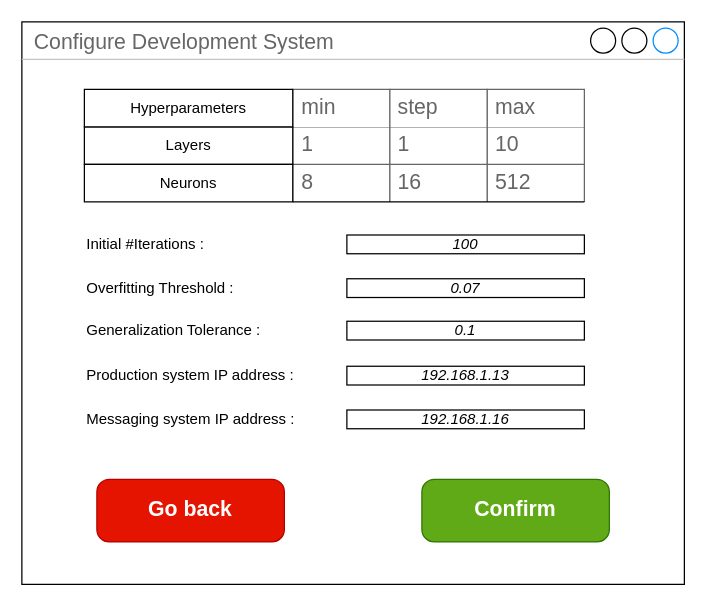
Earlier version of the draw.io diagram configure/development_system(BELLO).drawio (BaffoBello14/AutomaticDamagesRecognition). Source tidied: cells renumbered, new cells numbered last; positions are measured from the earlier drawing's top-left corner, leaving out a move shared by most shapes. Both pictures are drawn from the tidied source at 125%, with x=0, y=0 at pixel (21, 21).
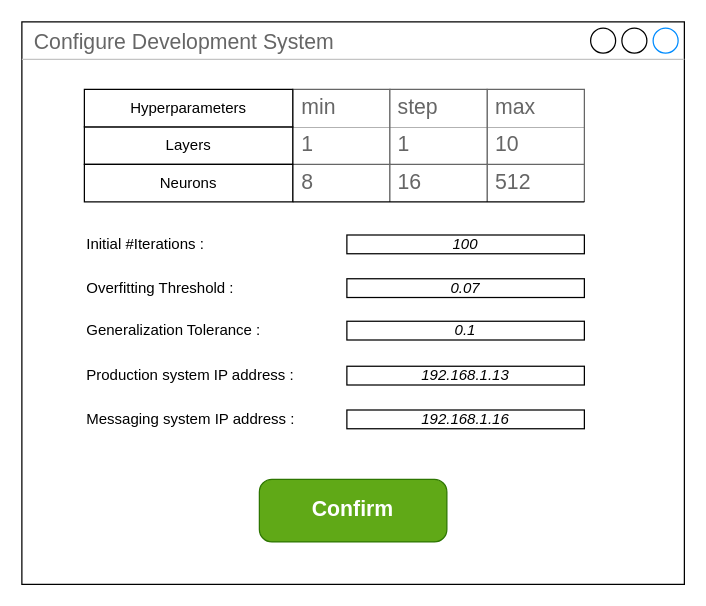
The same diagram, later.

Commit message (it also covers changes not shown here):
delete go back button

Diff of the diagram source:
```diff
@@
     <mxCell id="3" value="Confirm" style="strokeWidth=1;shadow=0;dashed=0;align=center;html=1;shape=mxgraph.mockup.buttons.button;strokeColor=#2D7600;fontColor=#ffffff;mainText=;buttonStyle=round;fontSize=17;fontStyle=1;fillColor=#60a917;whiteSpace=wrap;" parent="1" vertex="1">
-      <mxGeometry x="320" y="366" width="150" height="50" as="geometry" />
+      <mxGeometry x="190" y="366" width="150" height="50" as="geometry" />
     </mxCell>
-    <mxCell id="4" value="Go back" style="strokeWidth=1;shadow=0;dashed=0;align=center;html=1;shape=mxgraph.mockup.buttons.button;strokeColor=#B20000;mainText=;buttonStyle=round;fontSize=17;fontStyle=1;fillColor=#e51400;whiteSpace=wrap;fontColor=#ffffff;" parent="1" vertex="1">
-      <mxGeometry x="60" y="366" width="150" height="50" as="geometry" />
-    </mxCell>
```
